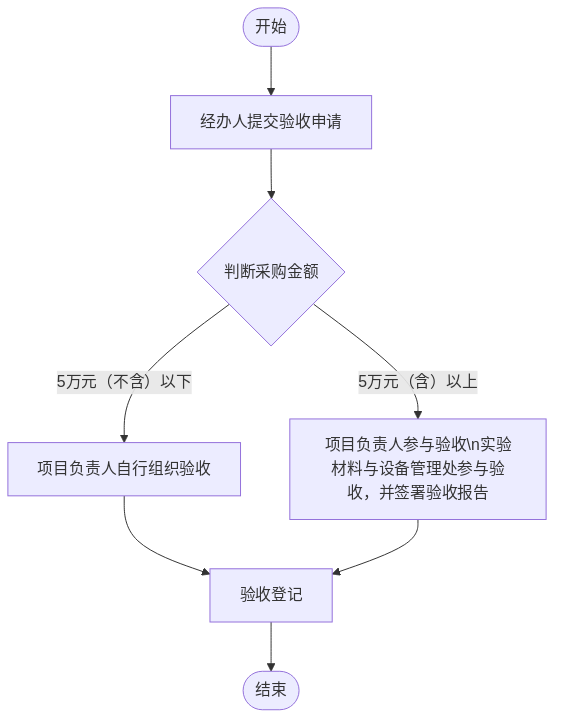
Earlier version of the Mermaid export outline2flow/flow_outputs/page_37.png (AmyIvan/work1). Its source is kept beside it as outline2flow/mmd_outputs/page_37.mmd.
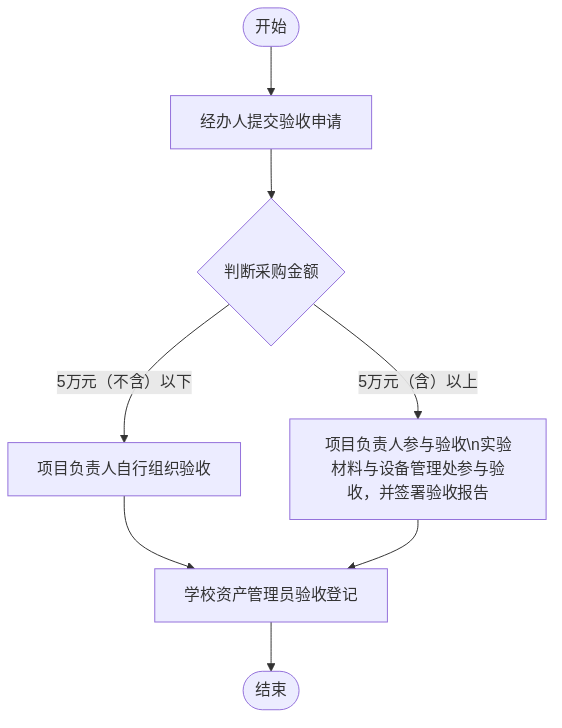
Above is the later version.

What changed in the source:
```diff
@@ -2,7 +2,7 @@
     Start(["开始"]) --> Submit["经办人提交验收申请"]
     Submit --> Judge{"判断采购金额"}
     Judge -->|5万元（不含）以下| SelfOrganize["项目负责人自行组织验收"]
-    Judge -->|5万元（含）以上| JointOrganize["项目负责人参与验收\n实验材料与设备管理处参与验收，并签署验收报告"]
-    SelfOrganize --> Register["验收登记"]
-    JointOrganize --> Register
+    Judge -->|5万元（含）以上| Participate["项目负责人参与验收\n实验材料与设备管理处参与验收，并签署验收报告"]
+    SelfOrganize --> Register["学校资产管理员验收登记"]
+    Participate --> Register
     Register --> End(["结束"])
```
